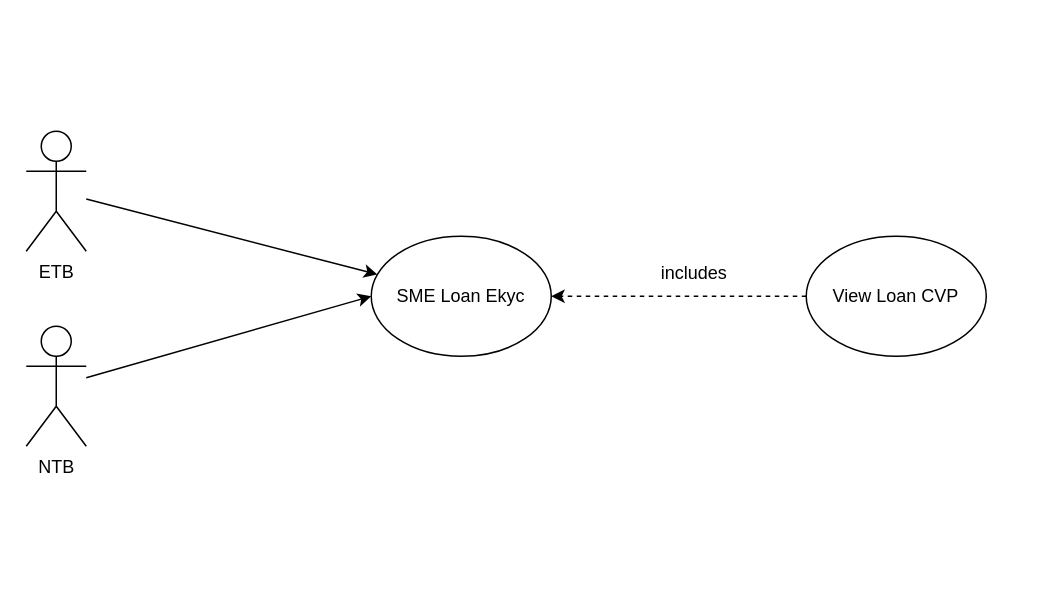
This is page "第 1 页" (1 of 3) of sg-loan-ekyc.drawio from RexYao97/sfrex, a draw.io file, before an edit. Source tidied: cells renumbered, new cells numbered last; positions are measured from the earlier drawing's top-left corner, leaving out a move shared by most shapes. Both pictures are drawn from the tidied source at 150%, with x=0, y=0 at pixel (26, 130).
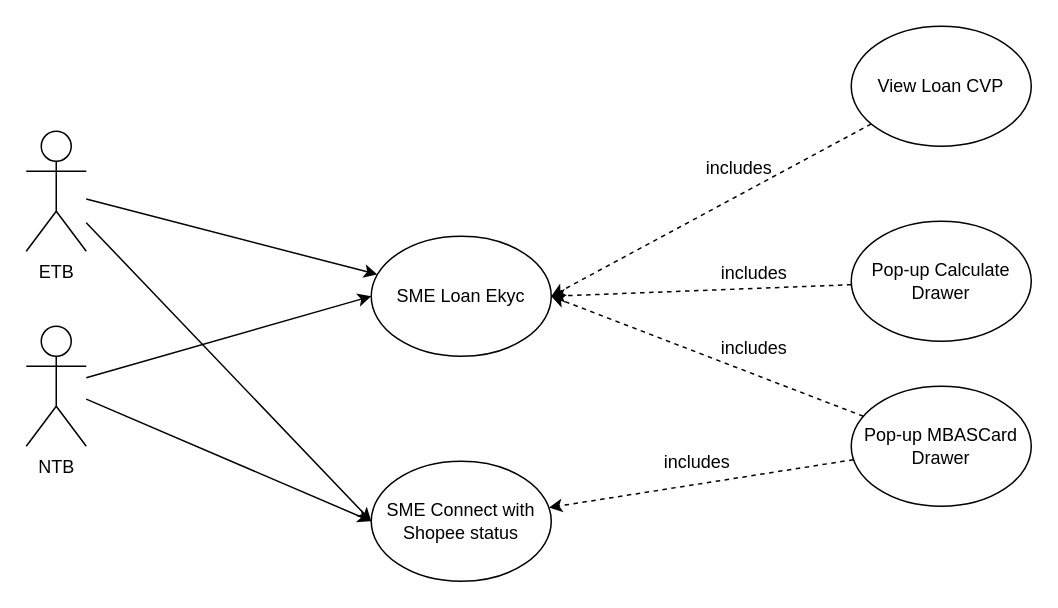
After the change.

Unchanged cells that the change refers to:
```xml
<mxCell id="3" value="ETB" style="shape=umlActor;verticalLabelPosition=bottom;verticalAlign=top;html=1;outlineConnect=0;" parent="1" vertex="1">
  <mxGeometry width="40" height="80" as="geometry" />
</mxCell>
<mxCell id="4" value="SME Loan Ekyc" style="ellipse;whiteSpace=wrap;html=1;" parent="1" vertex="1">
  <mxGeometry x="230" y="70" width="120" height="80" as="geometry" />
</mxCell>
<mxCell id="6" value="NTB" style="shape=umlActor;verticalLabelPosition=bottom;verticalAlign=top;html=1;outlineConnect=0;" parent="1" vertex="1">
  <mxGeometry y="130" width="40" height="80" as="geometry" />
</mxCell>
```

Diff of the diagram source:
```diff
@@
+    <mxCell id="10" style="rounded=0;jettySize=auto;html=1;entryX=0;entryY=0.5;entryDx=0;entryDy=0;" parent="1" edge="1" source="3" target="19">
+      <mxGeometry relative="1" as="geometry" />
+    </mxCell>
@@
+    <mxCell id="11" style="rounded=0;jettySize=auto;html=1;entryX=0;entryY=0.5;entryDx=0;entryDy=0;" parent="1" edge="1" source="6" target="19">
+      <mxGeometry relative="1" as="geometry" />
+    </mxCell>
@@
-    <mxCell id="7" style="edgeStyle=orthogonalEdgeStyle;rounded=0;jettySize=auto;html=1;entryX=1;entryY=0.5;entryDx=0;entryDy=0;dashed=1;" parent="1" edge="1" source="8" target="4">
+    <mxCell id="7" style="rounded=0;jettySize=auto;html=1;entryX=1;entryY=0.5;entryDx=0;entryDy=0;dashed=1;" parent="1" edge="1" source="8" target="4">
       <mxGeometry relative="1" as="geometry" />
     </mxCell>
     <mxCell id="8" value="View Loan CVP" style="ellipse;whiteSpace=wrap;html=1;" parent="1" vertex="1">
-      <mxGeometry x="520" y="70" width="120" height="80" as="geometry" />
+      <mxGeometry x="550" y="-70" width="120" height="80" as="geometry" />
     </mxCell>
     <mxCell id="9" value="includes" style="text;html=1;align=center;verticalAlign=middle;strokeColor=none;fillColor=none;" parent="1" vertex="1">
-      <mxGeometry x="410" y="80" width="70" height="30" as="geometry" />
+      <mxGeometry x="440" y="10" width="70" height="30" as="geometry" />
     </mxCell>
+    <mxCell id="12" style="rounded=0;jettySize=auto;html=1;entryX=1;entryY=0.5;entryDx=0;entryDy=0;dashed=1;" parent="1" edge="1" source="13" target="4">
+      <mxGeometry relative="1" as="geometry" />
+    </mxCell>
+    <mxCell id="13" value="Pop-up Calculate Drawer" style="ellipse;whiteSpace=wrap;html=1;" parent="1" vertex="1">
+      <mxGeometry x="550" y="60" width="120" height="80" as="geometry" />
+    </mxCell>
+    <mxCell id="14" style="rounded=0;jettySize=auto;html=1;entryX=1;entryY=0.5;entryDx=0;entryDy=0;dashed=1;" parent="1" edge="1" source="16" target="4">
+      <mxGeometry relative="1" as="geometry" />
+    </mxCell>
+    <mxCell id="15" style="rounded=0;jettySize=auto;html=1;dashed=1;" parent="1" edge="1" source="16" target="19">
+      <mxGeometry relative="1" as="geometry" />
+    </mxCell>
+    <mxCell id="16" value="Pop-up MBASCard Drawer" style="ellipse;whiteSpace=wrap;html=1;" parent="1" vertex="1">
+      <mxGeometry x="550" y="170" width="120" height="80" as="geometry" />
+    </mxCell>
+    <mxCell id="17" value="includes" style="text;html=1;align=center;verticalAlign=middle;strokeColor=none;fillColor=none;" parent="1" vertex="1">
+      <mxGeometry x="450" y="80" width="70" height="30" as="geometry" />
+    </mxCell>
+    <mxCell id="18" value="includes" style="text;html=1;align=center;verticalAlign=middle;strokeColor=none;fillColor=none;" parent="1" vertex="1">
+      <mxGeometry x="450" y="130" width="70" height="30" as="geometry" />
+    </mxCell>
+    <mxCell id="19" value="SME Connect with Shopee status" style="ellipse;whiteSpace=wrap;html=1;" parent="1" vertex="1">
+      <mxGeometry x="230" y="220" width="120" height="80" as="geometry" />
+    </mxCell>
+    <mxCell id="20" value="includes" style="text;html=1;align=center;verticalAlign=middle;strokeColor=none;fillColor=none;" parent="1" vertex="1">
+      <mxGeometry x="412" y="206" width="70" height="30" as="geometry" />
+    </mxCell>
```
